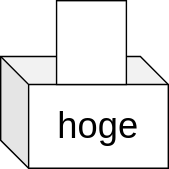
sikepuri-algorithm/sikepuri-algorithm.github.io keeps this draw.io diagram as docs/01python/04variables/variable.drawio.svg. Above is the earlier version. Source tidied: cells renumbered, new cells last; positions are measured from the earlier drawing's top-left corner, leaving out a move shared by most shapes.
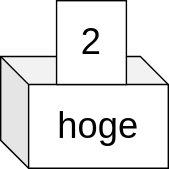
The same file after the commit.

Diff of the diagram source:
```diff
@@ -5,7 +5,7 @@
     <mxCell id="2" value="&lt;font style=&quot;font-size: 26px;&quot;&gt;hoge&lt;/font&gt;" style="shape=cube;whiteSpace=wrap;html=1;boundedLbl=1;backgroundOutline=1;darkOpacity=0.05;darkOpacity2=0.1;" parent="1" vertex="1">
       <mxGeometry y="40" width="120" height="80" as="geometry" />
     </mxCell>
-    <mxCell id="3" style="rounded=0;whiteSpace=wrap;html=1;fontSize=26;" parent="1" vertex="1">
+    <mxCell id="3" value="2" style="rounded=0;whiteSpace=wrap;html=1;fontSize=26;" parent="1" vertex="1">
       <mxGeometry x="40" width="50" height="60" as="geometry" />
     </mxCell>
   </root>
```
